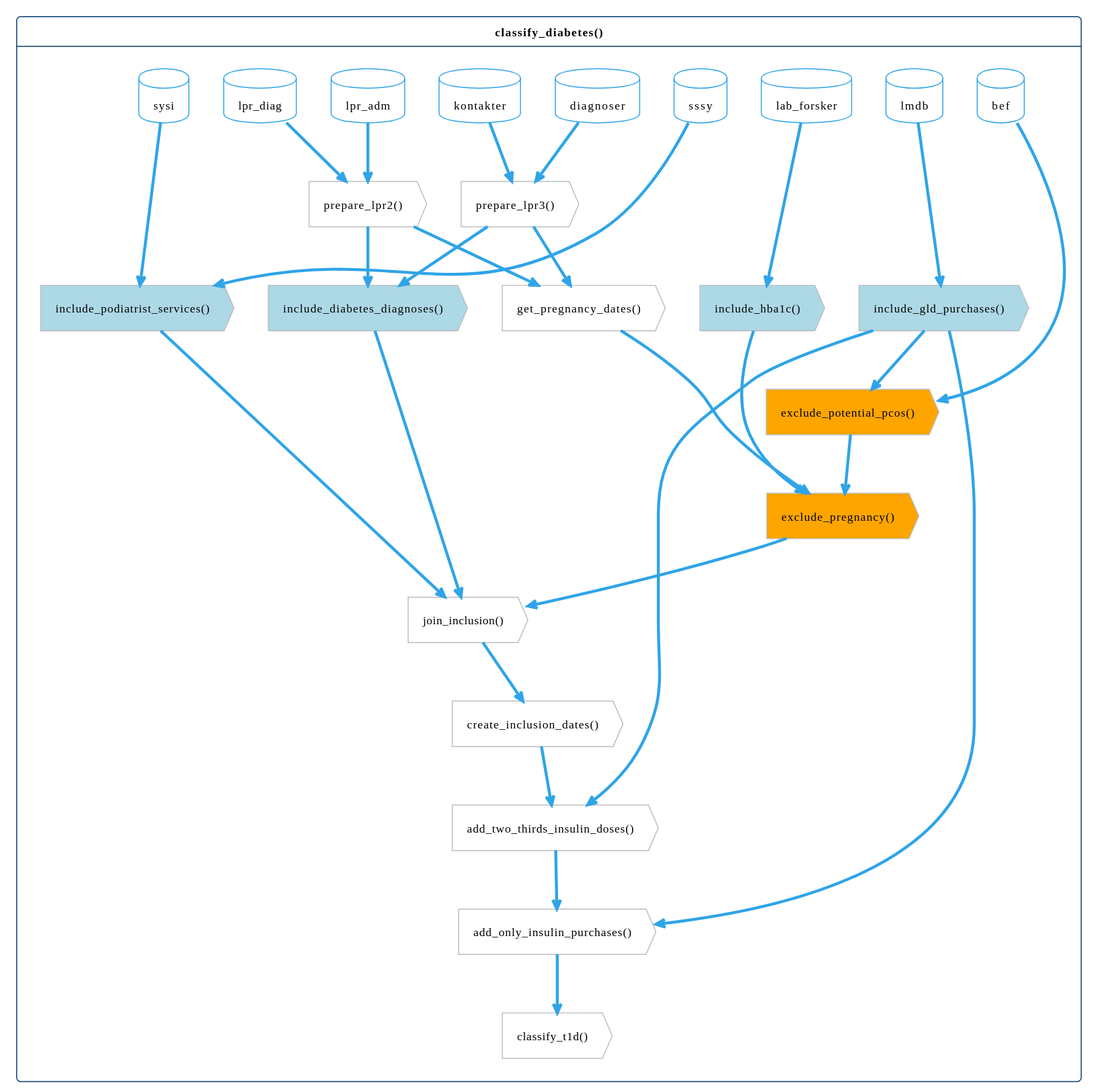
Above: vignettes/function-flow.svg in steno-aarhus/osdc (PlantUML), before the change.
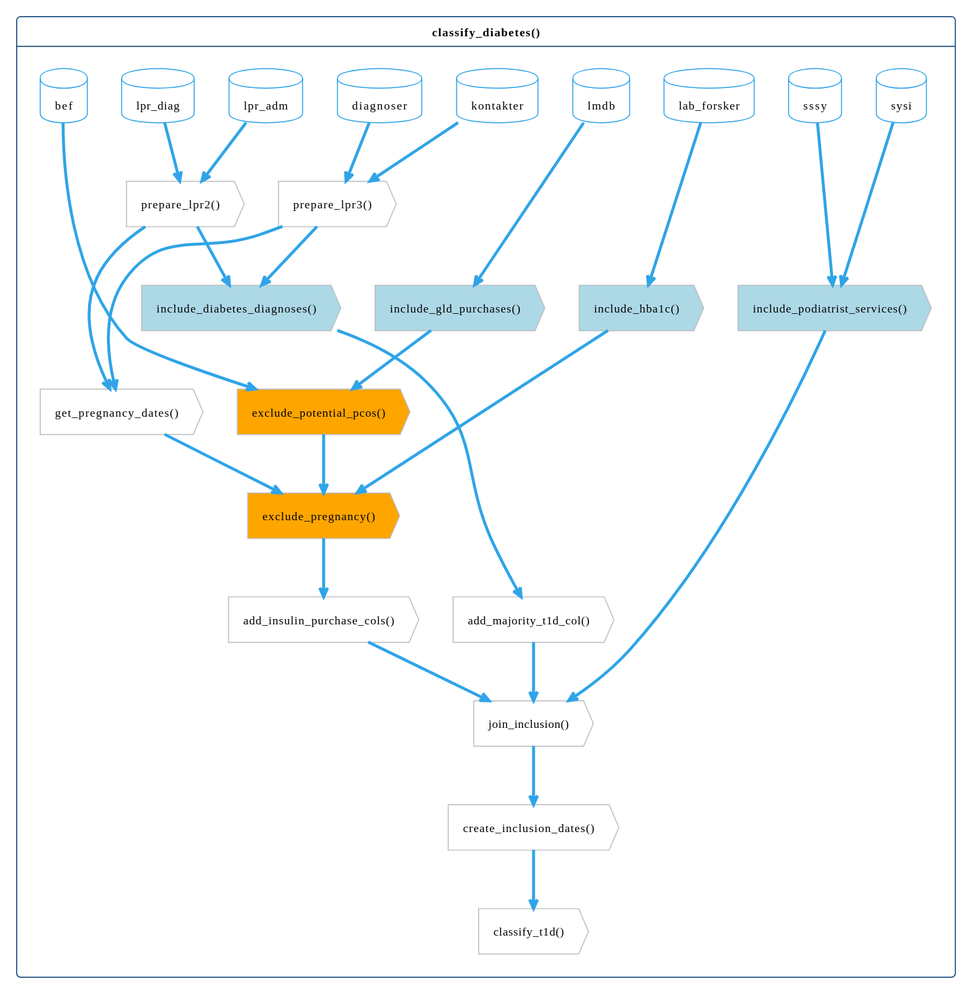
After the change.

Commit message:
docs: :building_construction: include the add column functions to flow diagram (#328)

## Description

Split from #296. Update the flow diagram with our current design.

What changed in the source:
```diff
@@ -36,6 +36,7 @@
   together {
     action "exclude_pregnancy()" as ex_pregnancy <<exclusion>>
     action "exclude_potential_pcos()" as ex_pcos <<exclusion>>
+    action "get_pregnancy_dates()" as pregnancy
   }
 
   together {
@@ -43,15 +44,17 @@
     action "include_hba1c()" as in_hba1c <<inclusion>>
     action "include_podiatrist_services()" as in_podiatrist <<inclusion>>
     action "include_gld_purchases()" as in_gld <<inclusion>>
-    action "get_pregnancy_dates()" as pregnancy
+  }
+
+  together {
+    action "add_insulin_purchase_cols()" as add_ins
+    action "add_majority_t1d_col()" as add_majority_t1d
   }
 
   action "join_inclusion()" as join_inclusion
 
   together {
     action "create_inclusion_dates()" as inclusion_date
-    action "add_two_thirds_insulin_doses()" as add_two_thirds_insulin_doses
-    action "add_only_insulin_purchases()" as add_only_insulin_purchases
     action "classify_t1d()" as classify_t1d
   }
 
@@ -66,26 +69,24 @@
 
   lab_forsker --> in_hba1c
   in_hba1c --> ex_pregnancy
-  ex_pregnancy --> join_inclusion
 
   lmdb --> in_gld
   in_gld --> ex_pcos
   ex_pcos --> ex_pregnancy
+  ex_pregnancy --> add_ins
 
   lpr2 --> in_diagnoses
   lpr3 --> in_diagnoses
-  in_diagnoses --> join_inclusion
+  in_diagnoses --> add_majority_t1d
+  add_majority_t1d --> join_inclusion
 
   bef --> ex_pcos
   lpr2 --> pregnancy
   lpr3 --> pregnancy
   pregnancy --> ex_pregnancy
+  add_ins --> join_inclusion
   join_inclusion --> inclusion_date
 
-  inclusion_date --> add_two_thirds_insulin_doses
-  in_gld --> add_two_thirds_insulin_doses
-  add_two_thirds_insulin_doses --> add_only_insulin_purchases
-  in_gld --> add_only_insulin_purchases
-  add_only_insulin_purchases --> classify_t1d
+  inclusion_date --> classify_t1d
 }
 @enduml
```
